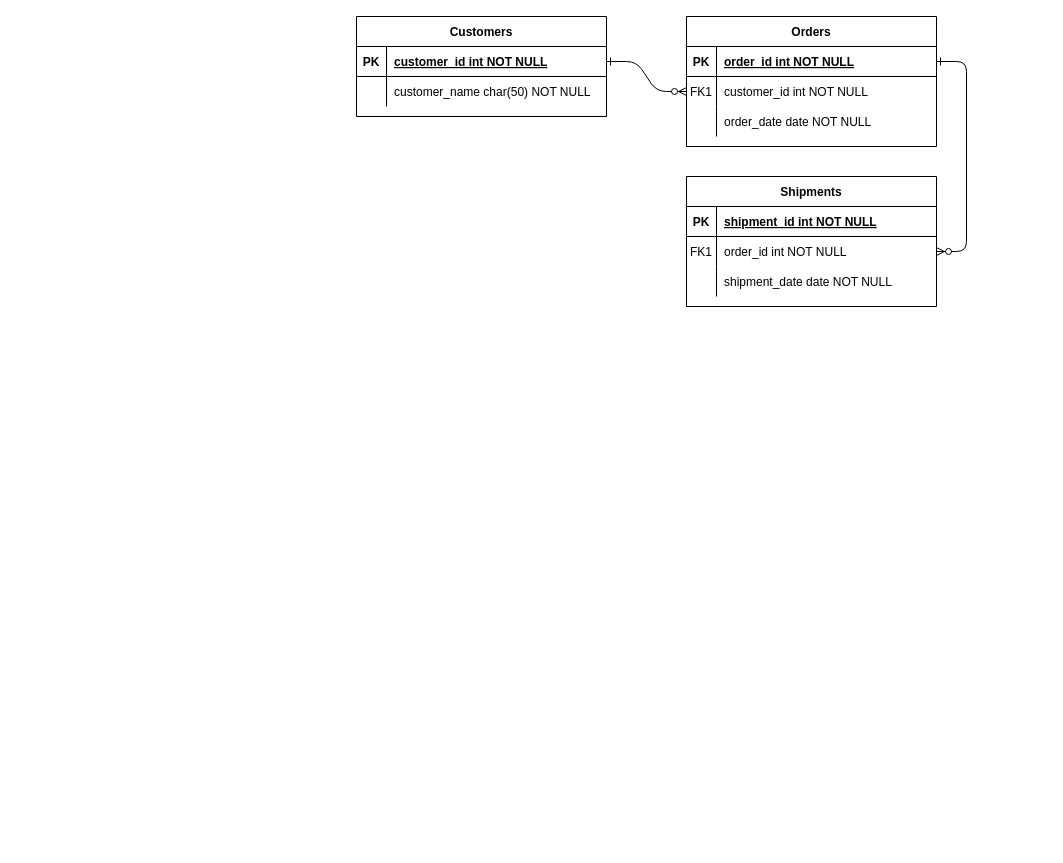
coscristian/LibraryManagement keeps this draw.io diagram as doc/ER-Librarymanagement.drawio. Above is the earlier version. Source tidied: cells renumbered, new cells numbered last; positions are measured from the earlier drawing's top-left corner, leaving out a move shared by most shapes. Both pictures are drawn from the tidied source at 100%, with x=0, y=0 at pixel (356, 16).
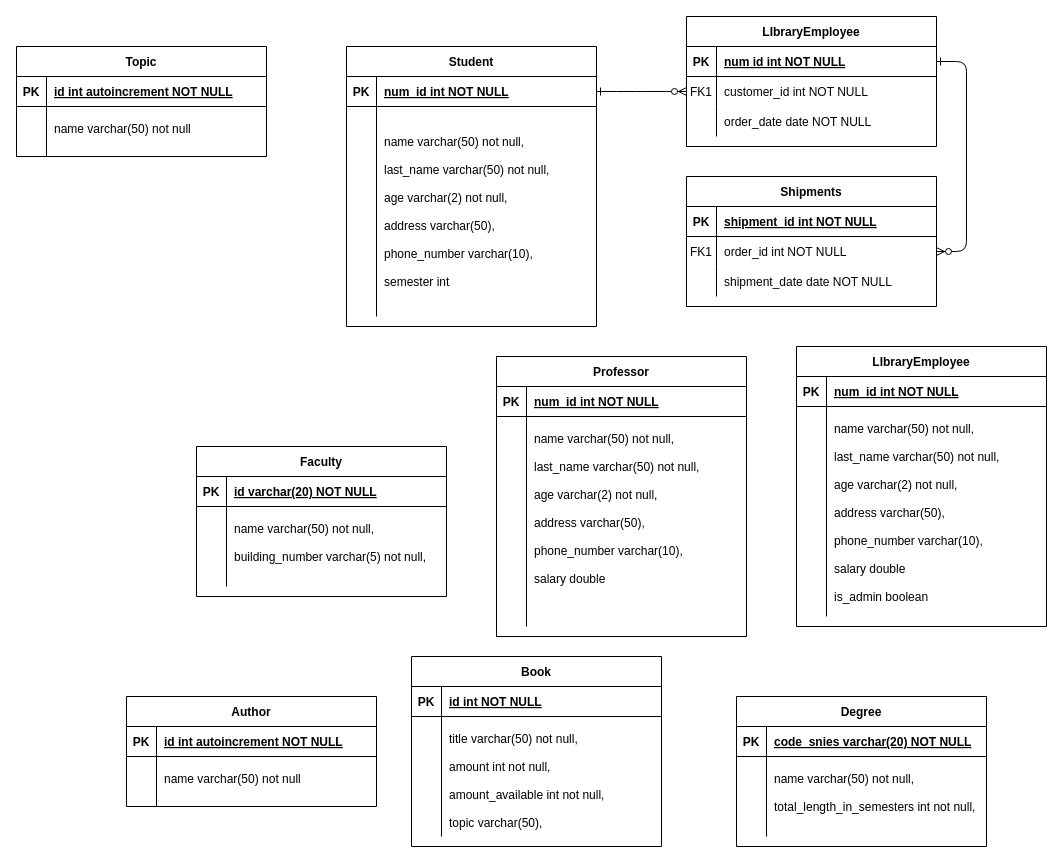
After the change.

Unchanged cells that the change refers to:
```xml
<mxCell id="5" style="shape=partialRectangle;fillColor=none;points=[[0,0.5],[1,0.5]];portConstraint=eastwest;top=0;left=0;right=0;bottom=1;" parent="4" vertex="1">
  <mxGeometry y="30" width="250" height="30" as="geometry" />
</mxCell>
<mxCell id="25" style="shape=partialRectangle;fillColor=none;points=[[0,0.5],[1,0.5]];portConstraint=eastwest;top=0;left=0;right=0;bottom=1;" parent="24" vertex="1">
  <mxGeometry y="30" width="250" height="30" as="geometry" />
</mxCell>
```

Change to the diagram source:
```diff
@@
-    <mxCell id="4" value="Orders" style="shape=table;startSize=30;childLayout=tableLayout;rowLines=0;fontStyle=1;align=center;" parent="1" vertex="1">
+    <mxCell id="4" value="LIbraryEmployee" style="shape=table;startSize=30;childLayout=tableLayout;rowLines=0;fontStyle=1;align=center;" parent="1" vertex="1">
       <mxGeometry x="330" width="250" height="130" as="geometry" />
     </mxCell>
@@
-    <mxCell id="7" value="order_id int NOT NULL " style="shape=partialRectangle;overflow=hidden;fillColor=none;top=0;left=0;bottom=0;right=0;align=left;spacingLeft=6;fontStyle=5;" parent="5" vertex="1">
+    <mxCell id="7" value="num id int NOT NULL " style="shape=partialRectangle;overflow=hidden;fillColor=none;top=0;left=0;bottom=0;right=0;align=left;spacingLeft=6;fontStyle=5;" parent="5" vertex="1">
       <mxGeometry x="30" width="220" height="30" as="geometry" />
     </mxCell>
@@
-    <mxCell id="24" value="Customers" style="shape=table;startSize=30;childLayout=tableLayout;rowLines=0;fontStyle=1;align=center;" parent="1" vertex="1">
-      <mxGeometry width="250" height="100" as="geometry" />
+    <mxCell id="24" value="Student" style="shape=table;startSize=30;childLayout=tableLayout;rowLines=0;fontStyle=1;align=center;" parent="1" vertex="1">
+      <mxGeometry x="-10" y="30" width="250" height="280" as="geometry" />
     </mxCell>
@@
-    <mxCell id="27" value="customer_id int NOT NULL " style="shape=partialRectangle;overflow=hidden;fillColor=none;top=0;left=0;bottom=0;right=0;align=left;spacingLeft=6;fontStyle=5;" parent="25" vertex="1">
+    <mxCell id="27" value="num_id int NOT NULL " style="shape=partialRectangle;overflow=hidden;fillColor=none;top=0;left=0;bottom=0;right=0;align=left;spacingLeft=6;fontStyle=5;" parent="25" vertex="1">
       <mxGeometry x="30" width="220" height="30" as="geometry" />
     </mxCell>
     <mxCell id="28" style="shape=partialRectangle;fillColor=none;top=0;left=0;right=0;bottom=0;" parent="24" vertex="1">
-      <mxGeometry y="60" width="250" height="30" as="geometry" />
+      <mxGeometry y="60" width="250" height="210" as="geometry" />
     </mxCell>
     <mxCell id="29" style="shape=partialRectangle;overflow=hidden;fillColor=none;top=0;left=0;bottom=0;right=0;" parent="28" vertex="1">
-      <mxGeometry width="30" height="30" as="geometry" />
+      <mxGeometry width="30" height="210" as="geometry" />
     </mxCell>
-    <mxCell id="30" value="customer_name char(50) NOT NULL" style="shape=partialRectangle;overflow=hidden;fillColor=none;top=0;left=0;bottom=0;right=0;align=left;spacingLeft=6;" parent="28" vertex="1">
-      <mxGeometry x="30" width="220" height="30" as="geometry" />
+    <mxCell id="30" value="&#10;name varchar(50) not null,&#10;&#10;last_name varchar(50) not null,&#10;&#10;age varchar(2) not null,&#10;&#10;address varchar(50),&#10;&#10;phone_number varchar(10),&#10;&#10;semester int &#10;" style="shape=partialRectangle;overflow=hidden;fillColor=none;top=0;left=0;bottom=0;right=0;align=left;spacingLeft=6;" parent="28" vertex="1">
+      <mxGeometry x="30" width="220" height="210" as="geometry" />
     </mxCell>
+    <mxCell id="31" value="LIbraryEmployee" style="shape=table;startSize=30;childLayout=tableLayout;rowLines=0;fontStyle=1;align=center;" parent="1" vertex="1">
+      <mxGeometry x="440" y="330" width="250" height="280" as="geometry" />
+    </mxCell>
+    <mxCell id="32" style="shape=partialRectangle;fillColor=none;top=0;left=0;right=0;bottom=1;" parent="31" vertex="1">
+      <mxGeometry y="30" width="250" height="30" as="geometry" />
+    </mxCell>
+    <mxCell id="33" value="PK" style="shape=partialRectangle;overflow=hidden;fillColor=none;top=0;left=0;bottom=0;right=0;fontStyle=1;" parent="32" vertex="1">
+      <mxGeometry width="30" height="30" as="geometry" />
+    </mxCell>
+    <mxCell id="34" value="num_id int NOT NULL " style="shape=partialRectangle;overflow=hidden;fillColor=none;top=0;left=0;bottom=0;right=0;align=left;spacingLeft=6;fontStyle=5;" parent="32" vertex="1">
+      <mxGeometry x="30" width="220" height="30" as="geometry" />
+    </mxCell>
+    <mxCell id="35" style="shape=partialRectangle;fillColor=none;top=0;left=0;right=0;bottom=0;" parent="31" vertex="1">
+      <mxGeometry y="60" width="250" height="210" as="geometry" />
+    </mxCell>
+    <mxCell id="36" style="shape=partialRectangle;overflow=hidden;fillColor=none;top=0;left=0;bottom=0;right=0;" parent="35" vertex="1">
+      <mxGeometry width="30" height="210" as="geometry" />
+    </mxCell>
+    <mxCell id="37" value="&#10;name varchar(50) not null,&#10;&#10;last_name varchar(50) not null,&#10;&#10;age varchar(2) not null,&#10;&#10;address varchar(50),&#10;&#10;phone_number varchar(10),&#10;&#10;salary double&#10;&#10;is_admin boolean&#10;&#10;" style="shape=partialRectangle;overflow=hidden;fillColor=none;top=0;left=0;bottom=0;right=0;align=left;spacingLeft=6;" parent="35" vertex="1">
+      <mxGeometry x="30" width="220" height="210" as="geometry" />
+    </mxCell>
+    <mxCell id="38" value="Professor" style="shape=table;startSize=30;childLayout=tableLayout;rowLines=0;fontStyle=1;align=center;" parent="1" vertex="1">
+      <mxGeometry x="140" y="340" width="250" height="280" as="geometry" />
+    </mxCell>
+    <mxCell id="39" style="shape=partialRectangle;fillColor=none;top=0;left=0;right=0;bottom=1;" parent="38" vertex="1">
+      <mxGeometry y="30" width="250" height="30" as="geometry" />
+    </mxCell>
+    <mxCell id="40" value="PK" style="shape=partialRectangle;overflow=hidden;fillColor=none;top=0;left=0;bottom=0;right=0;fontStyle=1;" parent="39" vertex="1">
+      <mxGeometry width="30" height="30" as="geometry" />
+    </mxCell>
+    <mxCell id="41" value="num_id int NOT NULL " style="shape=partialRectangle;overflow=hidden;fillColor=none;top=0;left=0;bottom=0;right=0;align=left;spacingLeft=6;fontStyle=5;" parent="39" vertex="1">
+      <mxGeometry x="30" width="220" height="30" as="geometry" />
+    </mxCell>
+    <mxCell id="42" style="shape=partialRectangle;fillColor=none;top=0;left=0;right=0;bottom=0;" parent="38" vertex="1">
+      <mxGeometry y="60" width="250" height="210" as="geometry" />
+    </mxCell>
+    <mxCell id="43" style="shape=partialRectangle;overflow=hidden;fillColor=none;top=0;left=0;bottom=0;right=0;" parent="42" vertex="1">
+      <mxGeometry width="30" height="210" as="geometry" />
+    </mxCell>
+    <mxCell id="44" value="&#10;name varchar(50) not null,&#10;&#10;last_name varchar(50) not null,&#10;&#10;age varchar(2) not null,&#10;&#10;address varchar(50),&#10;&#10;phone_number varchar(10),&#10;&#10;salary double&#10;&#10;&#10;" style="shape=partialRectangle;overflow=hidden;fillColor=none;top=0;left=0;bottom=0;right=0;align=left;spacingLeft=6;" parent="42" vertex="1">
+      <mxGeometry x="30" width="220" height="210" as="geometry" />
+    </mxCell>
+    <mxCell id="45" value="Book" style="shape=table;startSize=30;childLayout=tableLayout;rowLines=0;fontStyle=1;align=center;" parent="1" vertex="1">
+      <mxGeometry x="55" y="640" width="250" height="190" as="geometry" />
+    </mxCell>
+    <mxCell id="46" style="shape=partialRectangle;fillColor=none;top=0;left=0;right=0;bottom=1;" parent="45" vertex="1">
+      <mxGeometry y="30" width="250" height="30" as="geometry" />
+    </mxCell>
+    <mxCell id="47" value="PK" style="shape=partialRectangle;overflow=hidden;fillColor=none;top=0;left=0;bottom=0;right=0;fontStyle=1;" parent="46" vertex="1">
+      <mxGeometry width="30" height="30" as="geometry" />
+    </mxCell>
+    <mxCell id="48" value="id int NOT NULL " style="shape=partialRectangle;overflow=hidden;fillColor=none;top=0;left=0;bottom=0;right=0;align=left;spacingLeft=6;fontStyle=5;" parent="46" vertex="1">
+      <mxGeometry x="30" width="220" height="30" as="geometry" />
+    </mxCell>
+    <mxCell id="49" style="shape=partialRectangle;fillColor=none;top=0;left=0;right=0;bottom=0;" parent="45" vertex="1">
+      <mxGeometry y="60" width="250" height="120" as="geometry" />
+    </mxCell>
+    <mxCell id="50" style="shape=partialRectangle;overflow=hidden;fillColor=none;top=0;left=0;bottom=0;right=0;" parent="49" vertex="1">
+      <mxGeometry width="30" height="120" as="geometry" />
+    </mxCell>
+    <mxCell id="51" value="&#10;title varchar(50) not null,&#10;&#10;amount int not null,&#10;&#10;amount_available int not null,&#10;&#10;topic varchar(50),&#10;&#10;&#10;&#10;&#10;&#10;&#10;&#10;" style="shape=partialRectangle;overflow=hidden;fillColor=none;top=0;left=0;bottom=0;right=0;align=left;spacingLeft=6;" parent="49" vertex="1">
+      <mxGeometry x="30" width="220" height="120" as="geometry" />
+    </mxCell>
+    <mxCell id="52" value="Degree" style="shape=table;startSize=30;childLayout=tableLayout;rowLines=0;fontStyle=1;align=center;" parent="1" vertex="1">
+      <mxGeometry x="380" y="680" width="250" height="150" as="geometry" />
+    </mxCell>
+    <mxCell id="53" style="shape=partialRectangle;fillColor=none;top=0;left=0;right=0;bottom=1;" parent="52" vertex="1">
+      <mxGeometry y="30" width="250" height="30" as="geometry" />
+    </mxCell>
+    <mxCell id="54" value="PK" style="shape=partialRectangle;overflow=hidden;fillColor=none;top=0;left=0;bottom=0;right=0;fontStyle=1;" parent="53" vertex="1">
+      <mxGeometry width="30" height="30" as="geometry" />
+    </mxCell>
+    <mxCell id="55" value="code_snies varchar(20) NOT NULL " style="shape=partialRectangle;overflow=hidden;fillColor=none;top=0;left=0;bottom=0;right=0;align=left;spacingLeft=6;fontStyle=5;" parent="53" vertex="1">
+      <mxGeometry x="30" width="220" height="30" as="geometry" />
+    </mxCell>
+    <mxCell id="56" style="shape=partialRectangle;fillColor=none;top=0;left=0;right=0;bottom=0;" parent="52" vertex="1">
+      <mxGeometry y="60" width="250" height="80" as="geometry" />
+    </mxCell>
+    <mxCell id="57" style="shape=partialRectangle;overflow=hidden;fillColor=none;top=0;left=0;bottom=0;right=0;" parent="56" vertex="1">
+      <mxGeometry width="30" height="80" as="geometry" />
+    </mxCell>
+    <mxCell id="58" value="&#10;name varchar(50) not null,&#10;&#10;total_length_in_semesters int not null,&#10;&#10;&#10;&#10;&#10;&#10;&#10;&#10;&#10;&#10;" style="shape=partialRectangle;overflow=hidden;fillColor=none;top=0;left=0;bottom=0;right=0;align=left;spacingLeft=6;" parent="56" vertex="1">
+      <mxGeometry x="30" width="220" height="80" as="geometry" />
+    </mxCell>
+    <mxCell id="59" value="Faculty" style="shape=table;startSize=30;childLayout=tableLayout;rowLines=0;fontStyle=1;align=center;" parent="1" vertex="1">
+      <mxGeometry x="-160" y="430" width="250" height="150" as="geometry" />
+    </mxCell>
+    <mxCell id="60" style="shape=partialRectangle;fillColor=none;top=0;left=0;right=0;bottom=1;" parent="59" vertex="1">
+      <mxGeometry y="30" width="250" height="30" as="geometry" />
+    </mxCell>
+    <mxCell id="61" value="PK" style="shape=partialRectangle;overflow=hidden;fillColor=none;top=0;left=0;bottom=0;right=0;fontStyle=1;" parent="60" vertex="1">
+      <mxGeometry width="30" height="30" as="geometry" />
+    </mxCell>
+    <mxCell id="62" value="id varchar(20) NOT NULL " style="shape=partialRectangle;overflow=hidden;fillColor=none;top=0;left=0;bottom=0;right=0;align=left;spacingLeft=6;fontStyle=5;" parent="60" vertex="1">
+      <mxGeometry x="30" width="220" height="30" as="geometry" />
+    </mxCell>
+    <mxCell id="63" style="shape=partialRectangle;fillColor=none;top=0;left=0;right=0;bottom=0;" parent="59" vertex="1">
+      <mxGeometry y="60" width="250" height="80" as="geometry" />
+    </mxCell>
+    <mxCell id="64" style="shape=partialRectangle;overflow=hidden;fillColor=none;top=0;left=0;bottom=0;right=0;" parent="63" vertex="1">
+      <mxGeometry width="30" height="80" as="geometry" />
+    </mxCell>
+    <mxCell id="65" value="&#10;name varchar(50) not null,&#10;&#10;building_number varchar(5) not null,&#10;&#10;&#10;&#10;&#10;&#10;&#10;&#10;&#10;&#10;" style="shape=partialRectangle;overflow=hidden;fillColor=none;top=0;left=0;bottom=0;right=0;align=left;spacingLeft=6;" parent="63" vertex="1">
+      <mxGeometry x="30" width="220" height="80" as="geometry" />
+    </mxCell>
+    <mxCell id="66" value="Author" style="shape=table;startSize=30;childLayout=tableLayout;rowLines=0;fontStyle=1;align=center;" parent="1" vertex="1">
+      <mxGeometry x="-230" y="680" width="250" height="110" as="geometry" />
+    </mxCell>
+    <mxCell id="67" style="shape=partialRectangle;fillColor=none;top=0;left=0;right=0;bottom=1;" parent="66" vertex="1">
+      <mxGeometry y="30" width="250" height="30" as="geometry" />
+    </mxCell>
+    <mxCell id="68" value="PK" style="shape=partialRectangle;overflow=hidden;fillColor=none;top=0;left=0;bottom=0;right=0;fontStyle=1;" parent="67" vertex="1">
+      <mxGeometry width="30" height="30" as="geometry" />
+    </mxCell>
+    <mxCell id="69" value="id int autoincrement NOT NULL " style="shape=partialRectangle;overflow=hidden;fillColor=none;top=0;left=0;bottom=0;right=0;align=left;spacingLeft=6;fontStyle=5;" parent="67" vertex="1">
+      <mxGeometry x="30" width="220" height="30" as="geometry" />
+    </mxCell>
+    <mxCell id="70" style="shape=partialRectangle;fillColor=none;top=0;left=0;right=0;bottom=0;" parent="66" vertex="1">
+      <mxGeometry y="60" width="250" height="50" as="geometry" />
+    </mxCell>
+    <mxCell id="71" style="shape=partialRectangle;overflow=hidden;fillColor=none;top=0;left=0;bottom=0;right=0;" parent="70" vertex="1">
+      <mxGeometry width="30" height="50" as="geometry" />
+    </mxCell>
+    <mxCell id="72" value="&#10;name varchar(50) not null&#10;&#10;&#10;&#10;&#10;&#10;&#10;&#10;&#10;&#10;" style="shape=partialRectangle;overflow=hidden;fillColor=none;top=0;left=0;bottom=0;right=0;align=left;spacingLeft=6;" parent="70" vertex="1">
+      <mxGeometry x="30" width="220" height="50" as="geometry" />
+    </mxCell>
+    <mxCell id="73" value="Topic" style="shape=table;startSize=30;childLayout=tableLayout;rowLines=0;fontStyle=1;align=center;" parent="1" vertex="1">
+      <mxGeometry x="-340" y="30" width="250" height="110" as="geometry" />
+    </mxCell>
+    <mxCell id="74" style="shape=partialRectangle;fillColor=none;top=0;left=0;right=0;bottom=1;" parent="73" vertex="1">
+      <mxGeometry y="30" width="250" height="30" as="geometry" />
+    </mxCell>
+    <mxCell id="75" value="PK" style="shape=partialRectangle;overflow=hidden;fillColor=none;top=0;left=0;bottom=0;right=0;fontStyle=1;" parent="74" vertex="1">
+      <mxGeometry width="30" height="30" as="geometry" />
+    </mxCell>
+    <mxCell id="76" value="id int autoincrement NOT NULL " style="shape=partialRectangle;overflow=hidden;fillColor=none;top=0;left=0;bottom=0;right=0;align=left;spacingLeft=6;fontStyle=5;" parent="74" vertex="1">
+      <mxGeometry x="30" width="220" height="30" as="geometry" />
+    </mxCell>
+    <mxCell id="77" style="shape=partialRectangle;fillColor=none;top=0;left=0;right=0;bottom=0;" parent="73" vertex="1">
+      <mxGeometry y="60" width="250" height="50" as="geometry" />
+    </mxCell>
+    <mxCell id="78" style="shape=partialRectangle;overflow=hidden;fillColor=none;top=0;left=0;bottom=0;right=0;" parent="77" vertex="1">
+      <mxGeometry width="30" height="50" as="geometry" />
+    </mxCell>
+    <mxCell id="79" value="&#10;name varchar(50) not null&#10;&#10;&#10;&#10;&#10;&#10;&#10;&#10;&#10;&#10;" style="shape=partialRectangle;overflow=hidden;fillColor=none;top=0;left=0;bottom=0;right=0;align=left;spacingLeft=6;" parent="77" vertex="1">
+      <mxGeometry x="30" width="220" height="50" as="geometry" />
+    </mxCell>
```
